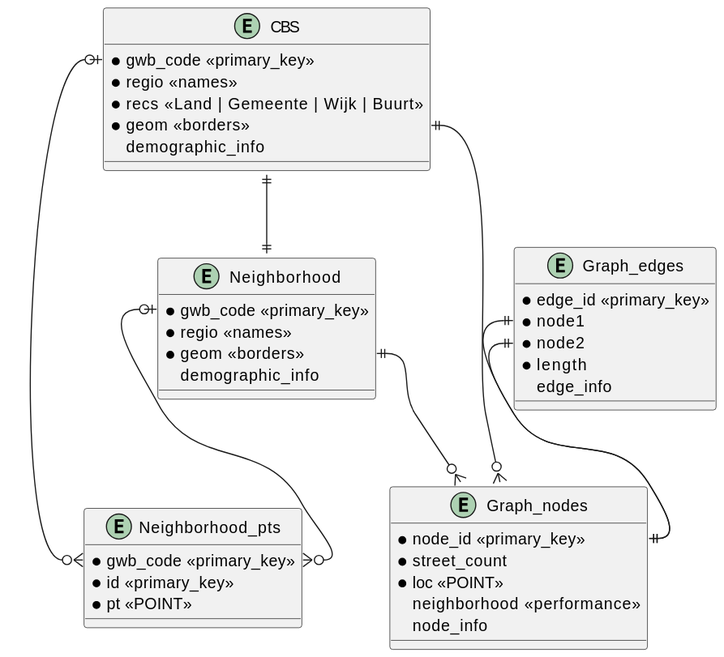
The PlantUML diagram Project-Overview/Design/Outer_design/database.svg in Tobias0107/STDAP, before a commit.
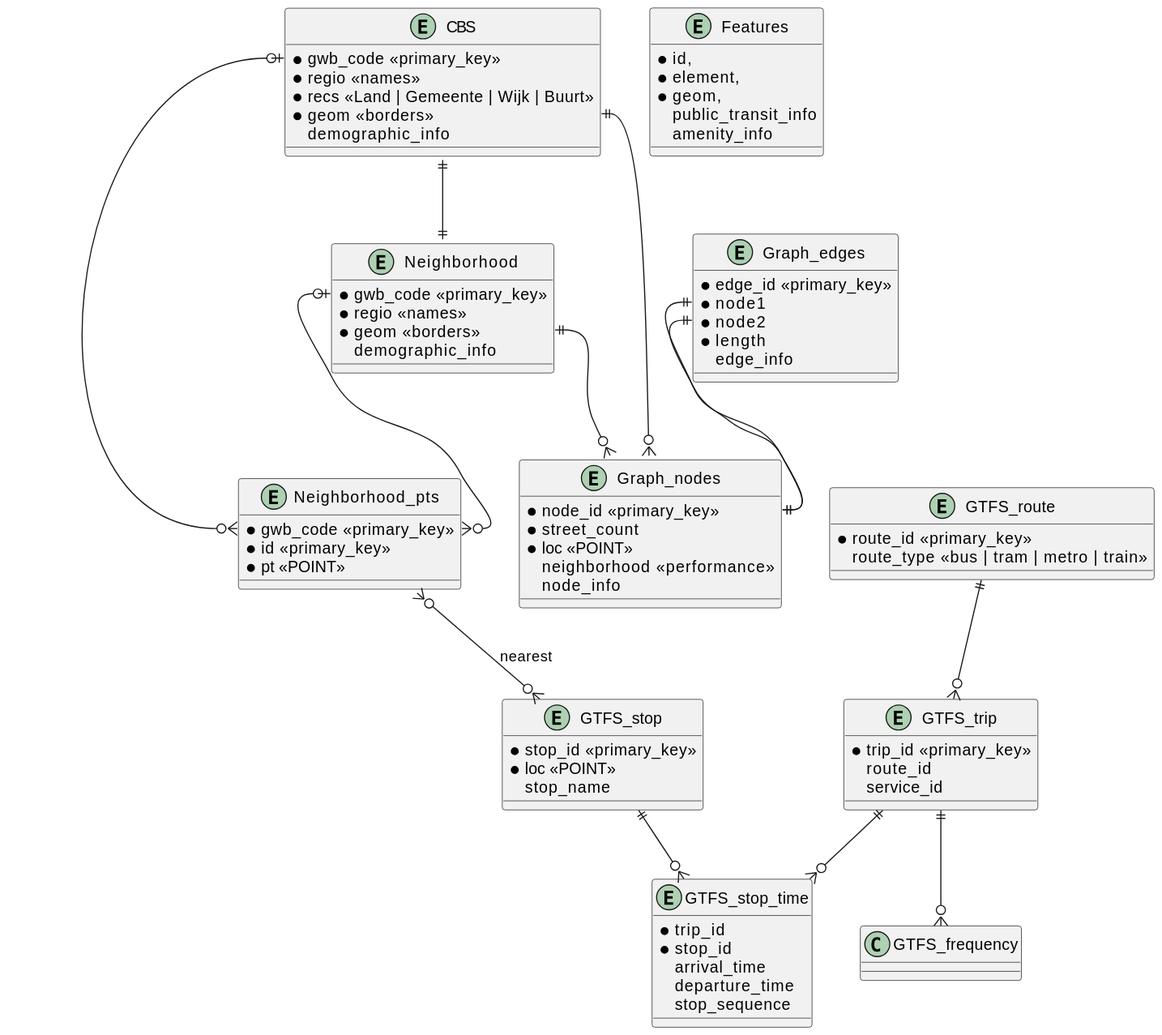
The same file after the commit.

Commit message:
database.plantuml aangepast met gtfs en een beschrijving toegevoegd aan outer_design.typ

The edit, as a diff of the source:
```diff
@@ -38,6 +38,39 @@
     demographic_info
 }
 
+entity Features {
+    *id,
+    *element,
+    *geom,
+    public_transit_info
+    amenity_info
+}
+
+entity GTFS_stop {
+    *stop_id <<primary_key>>
+    *loc <<POINT>>
+    stop_name
+}
+
+entity GTFS_route {
+    *route_id <<primary_key>>
+    route_type <<bus | tram | metro | train>>
+}
+
+entity GTFS_trip {
+    *trip_id <<primary_key>>
+    route_id
+    service_id
+}
+
+entity GTFS_stop_time {
+    *trip_id
+    *stop_id
+    arrival_time
+    departure_time
+    stop_sequence
+}
+
 
 
 CBS ||--|| Neighborhood
@@ -49,4 +82,13 @@
 
 Graph_edges::node1 ||--|| Graph_nodes::node_id
 Graph_edges::node2 ||--|| Graph_nodes::node_id
+
+
+GTFS_route ||--o{ GTFS_trip
+GTFS_trip ||--o{ GTFS_stop_time
+GTFS_stop ||--o{ GTFS_stop_time
+
+GTFS_trip ||--o{ GTFS_frequency
+
+Neighborhood_pts }o--o{ GTFS_stop : nearest
 @enduml
```
